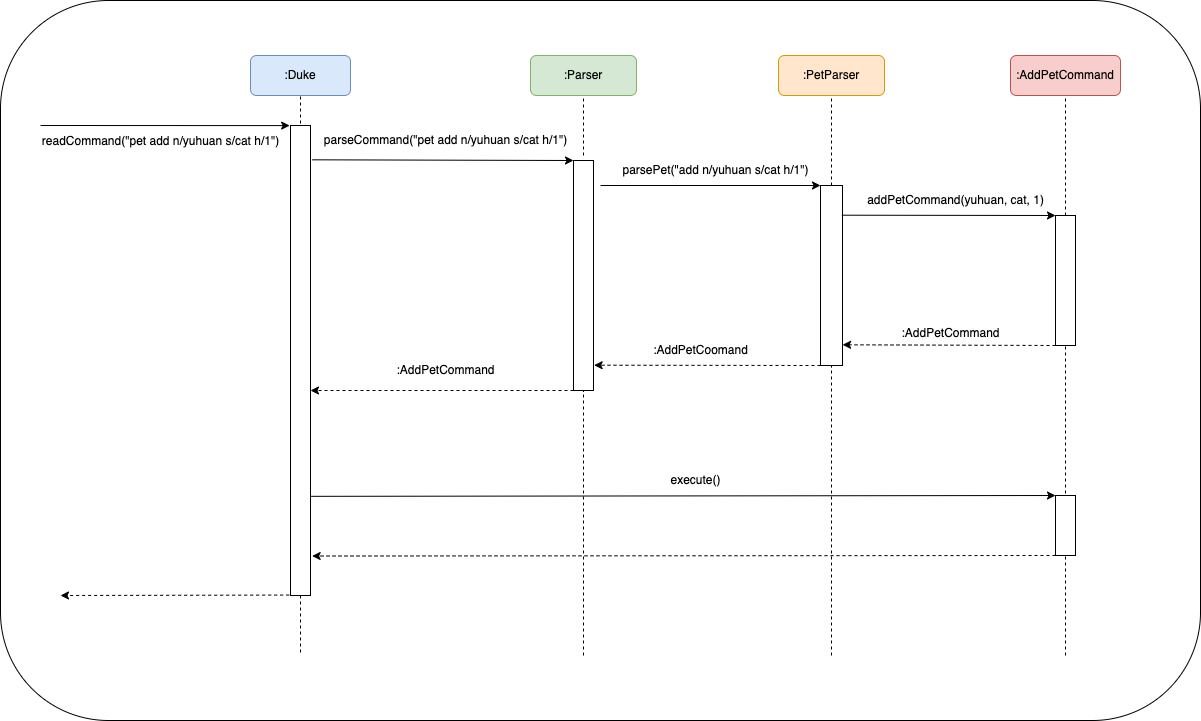
The draw.io diagram docs/uml/AddPetCommand.png in nus-cs2113-AY2223S1/tp, before a commit. Source tidied: cells renumbered, new cells last; positions are measured from the earlier drawing's top-left corner, leaving out a move shared by most shapes. Source of this version:
```xml
<mxGraphModel>
  <root>
    <mxCell id="0" />
    <mxCell id="1" parent="0" />
    <mxCell id="2" style="rounded=1;whiteSpace=wrap;html=1;" parent="1" vertex="1">
      <mxGeometry width="1200" height="720" as="geometry" />
    </mxCell>
    <mxCell id="3" value=":PetParser" style="rounded=1;whiteSpace=wrap;html=1;fillColor=#ffe6cc;strokeColor=#d79b00;" parent="1" vertex="1">
      <mxGeometry x="778" y="55" width="106" height="40" as="geometry" />
    </mxCell>
    <mxCell id="4" value=":AddPetCommand" style="rounded=1;whiteSpace=wrap;html=1;fillColor=#f8cecc;strokeColor=#b85450;" parent="1" vertex="1">
      <mxGeometry x="1010" y="55" width="110" height="40" as="geometry" />
    </mxCell>
    <mxCell id="5" value=":Parser" style="rounded=1;whiteSpace=wrap;html=1;fillColor=#d5e8d4;strokeColor=#82b366;" parent="1" vertex="1">
      <mxGeometry x="530" y="55" width="106" height="40" as="geometry" />
    </mxCell>
    <mxCell id="6" value=":Duke" style="rounded=1;whiteSpace=wrap;html=1;fillColor=#dae8fc;strokeColor=#6c8ebf;" parent="1" vertex="1">
      <mxGeometry x="250" y="55" width="100" height="40" as="geometry" />
    </mxCell>
    <mxCell id="7" style="endArrow=none;dashed=1;html=1;rounded=0;entryX=0.5;entryY=1;entryDx=0;entryDy=0;" parent="1" edge="1" target="6">
      <mxGeometry relative="1" as="geometry">
        <mxPoint x="300" y="135" as="sourcePoint" />
      </mxGeometry>
    </mxCell>
    <mxCell id="8" style="rounded=0;whiteSpace=wrap;html=1;" parent="1" vertex="1">
      <mxGeometry x="290" y="125" width="20" height="470" as="geometry" />
    </mxCell>
    <mxCell id="9" style="endArrow=classic;html=1;rounded=0;entryX=-0.042;entryY=0.047;entryDx=0;entryDy=0;entryPerimeter=0;" parent="1" edge="1">
      <mxGeometry relative="1" as="geometry">
        <mxPoint x="40" y="125" as="sourcePoint" />
        <mxPoint x="289.2" y="125.1" as="targetPoint" />
      </mxGeometry>
    </mxCell>
    <mxCell id="10" value="readCommand(&quot;pet add n/yuhuan s/cat h/1&quot;)" style="text;html=1;align=center;verticalAlign=middle;strokeColor=none;fillColor=none;" parent="1" vertex="1">
      <mxGeometry x="30" y="126" width="260" height="30" as="geometry" />
    </mxCell>
    <mxCell id="11" style="rounded=0;whiteSpace=wrap;html=1;" parent="1" vertex="1">
      <mxGeometry x="573" y="160" width="20" height="230" as="geometry" />
    </mxCell>
    <mxCell id="12" style="endArrow=none;dashed=1;html=1;rounded=0;entryX=0.5;entryY=1;entryDx=0;entryDy=0;" parent="1" edge="1" target="5">
      <mxGeometry relative="1" as="geometry">
        <mxPoint x="583" y="155" as="sourcePoint" />
      </mxGeometry>
    </mxCell>
    <mxCell id="13" style="endArrow=classic;html=1;rounded=0;entryX=0;entryY=0;entryDx=0;entryDy=0;exitX=1.083;exitY=0.073;exitDx=0;exitDy=0;exitPerimeter=0;" parent="1" edge="1" source="8" target="11">
      <mxGeometry relative="1" as="geometry" />
    </mxCell>
    <mxCell id="14" value="parseCommand(&quot;pet add n/yuhuan s/cat h/1&quot;)" style="text;html=1;align=center;verticalAlign=middle;strokeColor=none;fillColor=none;" parent="1" vertex="1">
      <mxGeometry x="310" y="125" width="270" height="30" as="geometry" />
    </mxCell>
    <mxCell id="15" style="endArrow=none;dashed=1;html=1;rounded=0;entryX=0.5;entryY=1;entryDx=0;entryDy=0;" parent="1" edge="1" target="3">
      <mxGeometry relative="1" as="geometry">
        <mxPoint x="831" y="185" as="sourcePoint" />
      </mxGeometry>
    </mxCell>
    <mxCell id="16" style="rounded=0;whiteSpace=wrap;html=1;" parent="1" vertex="1">
      <mxGeometry x="820" y="185" width="22" height="180" as="geometry" />
    </mxCell>
    <mxCell id="17" style="endArrow=classic;html=1;rounded=0;entryX=0;entryY=0;entryDx=0;entryDy=0;" parent="1" edge="1" target="16">
      <mxGeometry relative="1" as="geometry">
        <mxPoint x="600" y="185" as="sourcePoint" />
      </mxGeometry>
    </mxCell>
    <mxCell id="18" value="parsePet(&quot;add n/yuhuan s/cat h/1&quot;)" style="text;html=1;align=center;verticalAlign=middle;strokeColor=none;fillColor=none;" parent="1" vertex="1">
      <mxGeometry x="610" y="155" width="210" height="30" as="geometry" />
    </mxCell>
    <mxCell id="19" style="endArrow=none;dashed=1;html=1;rounded=0;entryX=0.5;entryY=1;entryDx=0;entryDy=0;exitX=0.5;exitY=0;exitDx=0;exitDy=0;" parent="1" edge="1" source="20" target="4">
      <mxGeometry relative="1" as="geometry" />
    </mxCell>
    <mxCell id="20" style="rounded=0;whiteSpace=wrap;html=1;" parent="1" vertex="1">
      <mxGeometry x="1055" y="215" width="20" height="130" as="geometry" />
    </mxCell>
    <mxCell id="21" style="endArrow=classic;html=1;rounded=0;entryX=0;entryY=0;entryDx=0;entryDy=0;exitX=0.972;exitY=0.165;exitDx=0;exitDy=0;exitPerimeter=0;" parent="1" edge="1" source="16" target="20">
      <mxGeometry relative="1" as="geometry" />
    </mxCell>
    <mxCell id="22" value="addPetCommand(yuhuan, cat, 1)" style="text;html=1;align=center;verticalAlign=middle;strokeColor=none;fillColor=none;" parent="1" vertex="1">
      <mxGeometry x="855" y="185" width="200" height="30" as="geometry" />
    </mxCell>
    <mxCell id="23" style="endArrow=classic;html=1;rounded=0;exitX=0;exitY=1;exitDx=0;exitDy=0;entryX=1.003;entryY=0.885;entryDx=0;entryDy=0;entryPerimeter=0;dashed=1;" parent="1" edge="1" source="20" target="16">
      <mxGeometry relative="1" as="geometry" />
    </mxCell>
    <mxCell id="24" style="endArrow=classic;html=1;rounded=0;dashed=1;exitX=0;exitY=1;exitDx=0;exitDy=0;entryX=1.031;entryY=0.89;entryDx=0;entryDy=0;entryPerimeter=0;" parent="1" edge="1" source="16" target="11">
      <mxGeometry relative="1" as="geometry" />
    </mxCell>
    <mxCell id="25" style="endArrow=classic;html=1;rounded=0;dashed=1;exitX=0;exitY=1;exitDx=0;exitDy=0;" parent="1" edge="1" source="11">
      <mxGeometry relative="1" as="geometry">
        <mxPoint x="310" y="390" as="targetPoint" />
      </mxGeometry>
    </mxCell>
    <mxCell id="26" value="&lt;br&gt;:AddPetCommand" style="text;html=1;align=center;verticalAlign=middle;strokeColor=none;fillColor=none;" parent="1" vertex="1">
      <mxGeometry x="890" y="305" width="120" height="40" as="geometry" />
    </mxCell>
    <mxCell id="27" value=":AddPetCoomand" style="text;html=1;align=center;verticalAlign=middle;strokeColor=none;fillColor=none;" parent="1" vertex="1">
      <mxGeometry x="640" y="335" width="120" height="30" as="geometry" />
    </mxCell>
    <mxCell id="28" value=":AddPetCommand" style="text;html=1;align=center;verticalAlign=middle;strokeColor=none;fillColor=none;" parent="1" vertex="1">
      <mxGeometry x="385" y="355" width="120" height="30" as="geometry" />
    </mxCell>
    <mxCell id="29" style="endArrow=none;dashed=1;html=1;rounded=0;exitX=0.5;exitY=1;exitDx=0;exitDy=0;" parent="1" edge="1" source="8">
      <mxGeometry relative="1" as="geometry">
        <mxPoint x="300" y="655" as="targetPoint" />
      </mxGeometry>
    </mxCell>
    <mxCell id="30" style="endArrow=none;dashed=1;html=1;rounded=0;entryX=0.5;entryY=1;entryDx=0;entryDy=0;" parent="1" edge="1" target="11">
      <mxGeometry relative="1" as="geometry">
        <mxPoint x="583" y="655" as="sourcePoint" />
      </mxGeometry>
    </mxCell>
    <mxCell id="31" style="endArrow=none;dashed=1;html=1;rounded=0;entryX=0.5;entryY=1;entryDx=0;entryDy=0;" parent="1" edge="1" target="16">
      <mxGeometry relative="1" as="geometry">
        <mxPoint x="831" y="655" as="sourcePoint" />
      </mxGeometry>
    </mxCell>
    <mxCell id="32" style="endArrow=none;dashed=1;html=1;rounded=0;entryX=0.5;entryY=1;entryDx=0;entryDy=0;" parent="1" edge="1" target="20">
      <mxGeometry relative="1" as="geometry">
        <mxPoint x="1065" y="655" as="sourcePoint" />
      </mxGeometry>
    </mxCell>
    <mxCell id="33" style="endArrow=classic;html=1;rounded=0;exitX=1.031;exitY=0.789;exitDx=0;exitDy=0;exitPerimeter=0;entryX=0;entryY=0;entryDx=0;entryDy=0;" parent="1" edge="1" source="8" target="34">
      <mxGeometry relative="1" as="geometry" />
    </mxCell>
    <mxCell id="34" style="rounded=0;whiteSpace=wrap;html=1;" parent="1" vertex="1">
      <mxGeometry x="1055" y="495" width="20" height="60" as="geometry" />
    </mxCell>
    <mxCell id="35" style="edgeStyle=orthogonalEdgeStyle;rounded=0;orthogonalLoop=1;jettySize=auto;html=1;exitX=0.5;exitY=1;exitDx=0;exitDy=0;" parent="1" edge="1" source="34" target="34">
      <mxGeometry relative="1" as="geometry" />
    </mxCell>
    <mxCell id="36" value="execute()" style="text;html=1;align=center;verticalAlign=middle;strokeColor=none;fillColor=none;" parent="1" vertex="1">
      <mxGeometry x="660" y="465" width="70" height="30" as="geometry" />
    </mxCell>
    <mxCell id="37" style="endArrow=classic;html=1;rounded=0;exitX=0;exitY=1;exitDx=0;exitDy=0;entryX=1.083;entryY=0.916;entryDx=0;entryDy=0;entryPerimeter=0;dashed=1;" parent="1" edge="1" source="34" target="8">
      <mxGeometry relative="1" as="geometry" />
    </mxCell>
    <mxCell id="38" style="endArrow=classic;html=1;rounded=0;dashed=1;exitX=-0.067;exitY=0.965;exitDx=0;exitDy=0;exitPerimeter=0;" parent="1" edge="1">
      <mxGeometry relative="1" as="geometry">
        <mxPoint x="288.7" y="594.5" as="sourcePoint" />
        <mxPoint x="60" y="595" as="targetPoint" />
      </mxGeometry>
    </mxCell>
  </root>
</mxGraphModel>
```
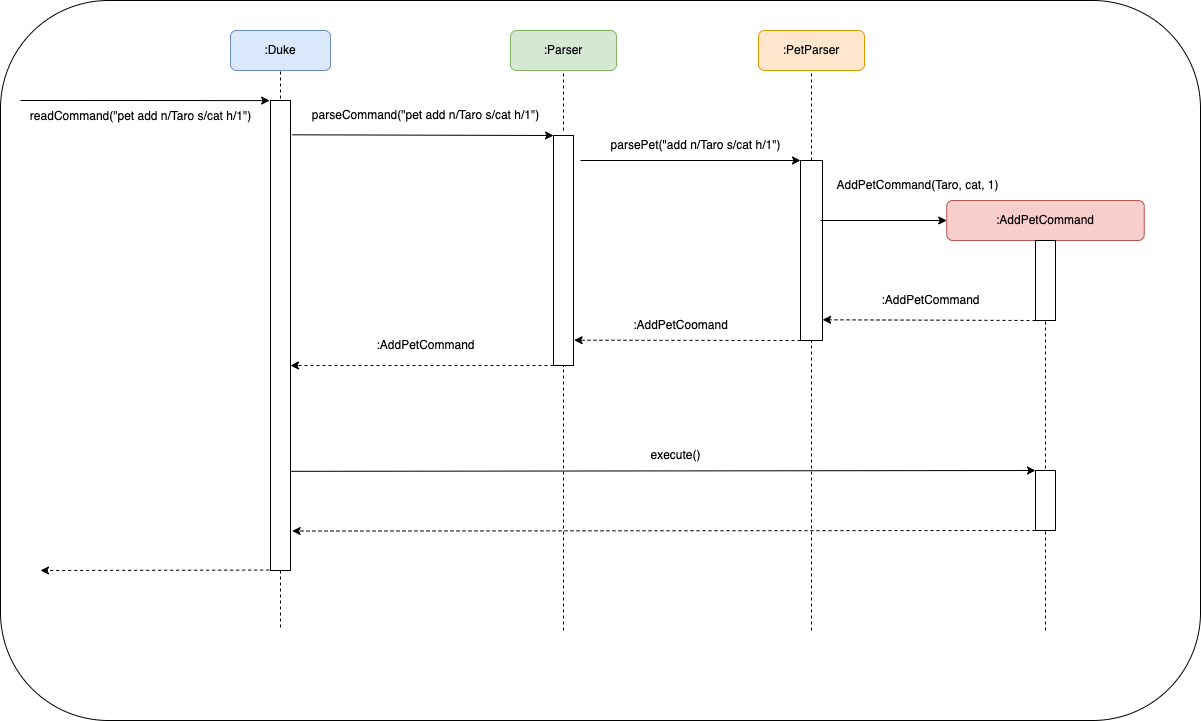
Above is the later version.

What changed in the source:
```diff
@@ -3,13 +3,13 @@
     <mxCell id="0" />
     <mxCell id="1" parent="0" />
     <mxCell id="2" style="rounded=1;whiteSpace=wrap;html=1;" parent="1" vertex="1">
-      <mxGeometry width="1200" height="720" as="geometry" />
+      <mxGeometry x="20" y="25" width="1200" height="720" as="geometry" />
     </mxCell>
     <mxCell id="3" value=":PetParser" style="rounded=1;whiteSpace=wrap;html=1;fillColor=#ffe6cc;strokeColor=#d79b00;" parent="1" vertex="1">
       <mxGeometry x="778" y="55" width="106" height="40" as="geometry" />
     </mxCell>
     <mxCell id="4" value=":AddPetCommand" style="rounded=1;whiteSpace=wrap;html=1;fillColor=#f8cecc;strokeColor=#b85450;" parent="1" vertex="1">
-      <mxGeometry x="1010" y="55" width="110" height="40" as="geometry" />
+      <mxGeometry x="966.2" y="225" width="197.5" height="40" as="geometry" />
     </mxCell>
     <mxCell id="5" value=":Parser" style="rounded=1;whiteSpace=wrap;html=1;fillColor=#d5e8d4;strokeColor=#82b366;" parent="1" vertex="1">
       <mxGeometry x="530" y="55" width="106" height="40" as="geometry" />
@@ -31,8 +31,8 @@
         <mxPoint x="289.2" y="125.1" as="targetPoint" />
       </mxGeometry>
     </mxCell>
-    <mxCell id="10" value="readCommand(&quot;pet add n/yuhuan s/cat h/1&quot;)" style="text;html=1;align=center;verticalAlign=middle;strokeColor=none;fillColor=none;" parent="1" vertex="1">
-      <mxGeometry x="30" y="126" width="260" height="30" as="geometry" />
+    <mxCell id="10" value="readCommand(&quot;pet add n/Taro s/cat h/1&quot;)" style="text;html=1;align=center;verticalAlign=middle;strokeColor=none;fillColor=none;" parent="1" vertex="1">
+      <mxGeometry x="40" y="126" width="240" height="30" as="geometry" />
     </mxCell>
     <mxCell id="11" style="rounded=0;whiteSpace=wrap;html=1;" parent="1" vertex="1">
       <mxGeometry x="573" y="160" width="20" height="230" as="geometry" />
@@ -45,8 +45,8 @@
     <mxCell id="13" style="endArrow=classic;html=1;rounded=0;entryX=0;entryY=0;entryDx=0;entryDy=0;exitX=1.083;exitY=0.073;exitDx=0;exitDy=0;exitPerimeter=0;" parent="1" edge="1" source="8" target="11">
       <mxGeometry relative="1" as="geometry" />
     </mxCell>
-    <mxCell id="14" value="parseCommand(&quot;pet add n/yuhuan s/cat h/1&quot;)" style="text;html=1;align=center;verticalAlign=middle;strokeColor=none;fillColor=none;" parent="1" vertex="1">
-      <mxGeometry x="310" y="125" width="270" height="30" as="geometry" />
+    <mxCell id="14" value="parseCommand(&quot;pet add n/Taro s/cat h/1&quot;)" style="text;html=1;align=center;verticalAlign=middle;strokeColor=none;fillColor=none;" parent="1" vertex="1">
+      <mxGeometry x="320" y="125" width="250" height="30" as="geometry" />
     </mxCell>
     <mxCell id="15" style="endArrow=none;dashed=1;html=1;rounded=0;entryX=0.5;entryY=1;entryDx=0;entryDy=0;" parent="1" edge="1" target="3">
       <mxGeometry relative="1" as="geometry">
@@ -61,20 +61,22 @@
         <mxPoint x="600" y="185" as="sourcePoint" />
       </mxGeometry>
     </mxCell>
-    <mxCell id="18" value="parsePet(&quot;add n/yuhuan s/cat h/1&quot;)" style="text;html=1;align=center;verticalAlign=middle;strokeColor=none;fillColor=none;" parent="1" vertex="1">
-      <mxGeometry x="610" y="155" width="210" height="30" as="geometry" />
+    <mxCell id="18" value="parsePet(&quot;add n/Taro s/cat h/1&quot;)" style="text;html=1;align=center;verticalAlign=middle;strokeColor=none;fillColor=none;" parent="1" vertex="1">
+      <mxGeometry x="620" y="155" width="190" height="30" as="geometry" />
     </mxCell>
     <mxCell id="19" style="endArrow=none;dashed=1;html=1;rounded=0;entryX=0.5;entryY=1;entryDx=0;entryDy=0;exitX=0.5;exitY=0;exitDx=0;exitDy=0;" parent="1" edge="1" source="20" target="4">
       <mxGeometry relative="1" as="geometry" />
     </mxCell>
     <mxCell id="20" style="rounded=0;whiteSpace=wrap;html=1;" parent="1" vertex="1">
-      <mxGeometry x="1055" y="215" width="20" height="130" as="geometry" />
+      <mxGeometry x="1055" y="265" width="20" height="80" as="geometry" />
     </mxCell>
-    <mxCell id="21" style="endArrow=classic;html=1;rounded=0;entryX=0;entryY=0;entryDx=0;entryDy=0;exitX=0.972;exitY=0.165;exitDx=0;exitDy=0;exitPerimeter=0;" parent="1" edge="1" source="16" target="20">
-      <mxGeometry relative="1" as="geometry" />
+    <mxCell id="21" style="endArrow=classic;html=1;rounded=0;entryX=0;entryY=0.5;entryDx=0;entryDy=0;" parent="1" edge="1" target="4">
+      <mxGeometry relative="1" as="geometry">
+        <mxPoint x="840" y="245" as="sourcePoint" />
+      </mxGeometry>
     </mxCell>
-    <mxCell id="22" value="addPetCommand(yuhuan, cat, 1)" style="text;html=1;align=center;verticalAlign=middle;strokeColor=none;fillColor=none;" parent="1" vertex="1">
-      <mxGeometry x="855" y="185" width="200" height="30" as="geometry" />
+    <mxCell id="22" value="AddPetCommand(Taro, cat, 1)" style="text;html=1;align=center;verticalAlign=middle;strokeColor=none;fillColor=none;" parent="1" vertex="1">
+      <mxGeometry x="842" y="195" width="190" height="30" as="geometry" />
     </mxCell>
     <mxCell id="23" style="endArrow=classic;html=1;rounded=0;exitX=0;exitY=1;exitDx=0;exitDy=0;entryX=1.003;entryY=0.885;entryDx=0;entryDy=0;entryPerimeter=0;dashed=1;" parent="1" edge="1" source="20" target="16">
       <mxGeometry relative="1" as="geometry" />
@@ -87,8 +89,8 @@
         <mxPoint x="310" y="390" as="targetPoint" />
       </mxGeometry>
     </mxCell>
-    <mxCell id="26" value="&lt;br&gt;:AddPetCommand" style="text;html=1;align=center;verticalAlign=middle;strokeColor=none;fillColor=none;" parent="1" vertex="1">
-      <mxGeometry x="890" y="305" width="120" height="40" as="geometry" />
+    <mxCell id="26" value=":AddPetCommand" style="text;html=1;align=center;verticalAlign=middle;strokeColor=none;fillColor=none;" parent="1" vertex="1">
+      <mxGeometry x="890" y="310" width="120" height="30" as="geometry" />
     </mxCell>
     <mxCell id="27" value=":AddPetCoomand" style="text;html=1;align=center;verticalAlign=middle;strokeColor=none;fillColor=none;" parent="1" vertex="1">
       <mxGeometry x="640" y="335" width="120" height="30" as="geometry" />
```
